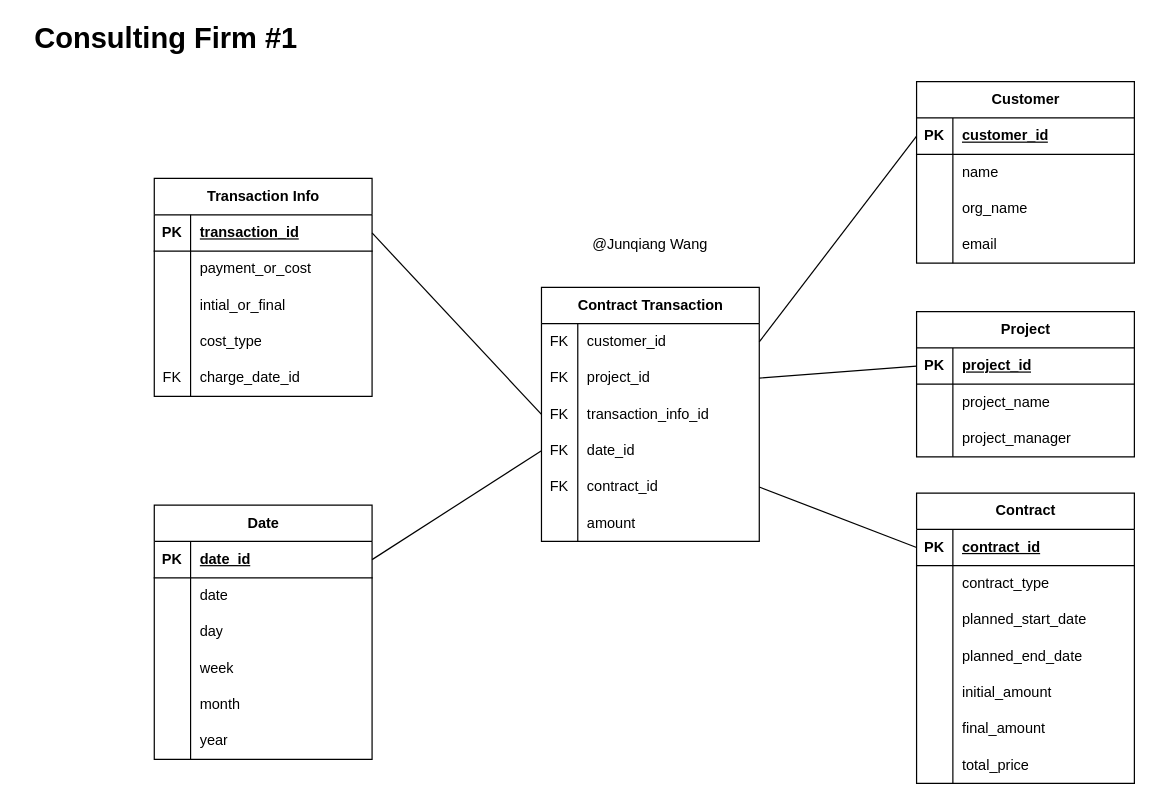
Earlier version of the draw.io diagram page "consulting-1" (1 of 5) of hw4b.drawio (EliWangC/dsci-559-database). Source tidied: cells renumbered, new cells numbered last; positions are measured from the earlier drawing's top-left corner, leaving out a move shared by most shapes. Both pictures are drawn from the tidied source at 121%, with x=0, y=0 at pixel (21, 21).
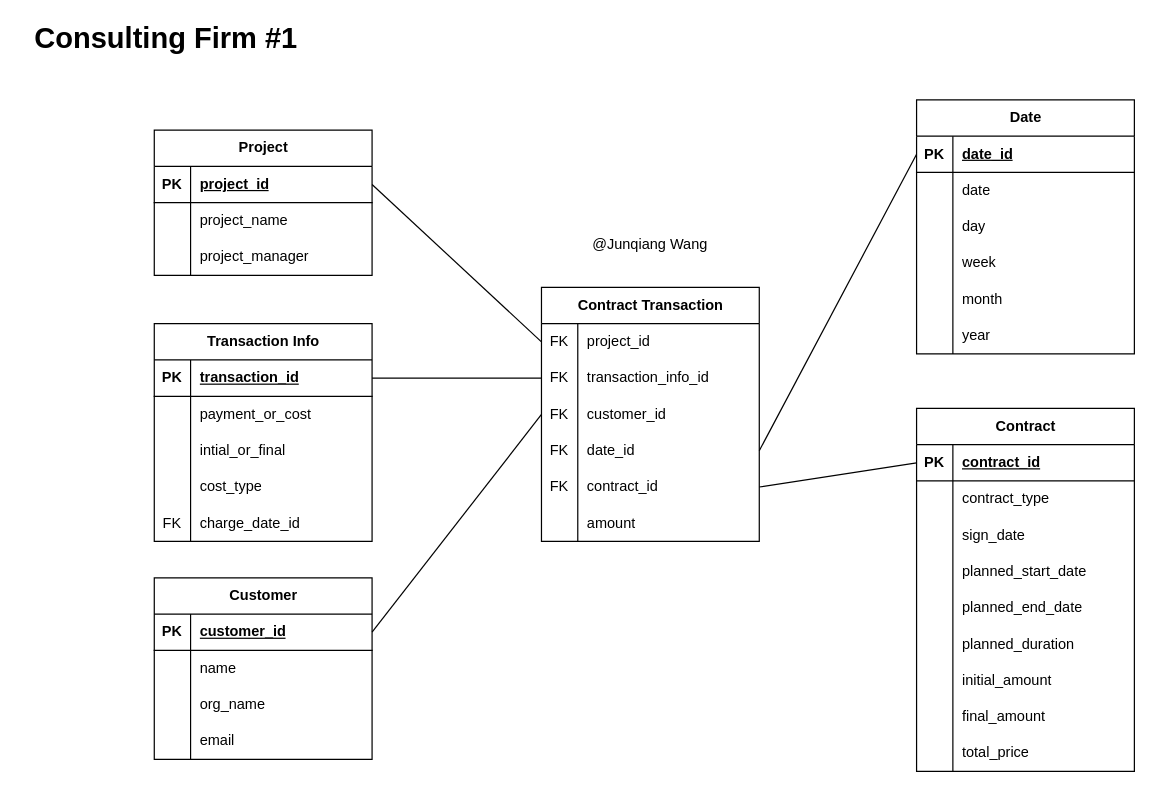
After the change.

The change refers to these unchanged cells:
```xml
<mxCell id="2" value="Contract Transaction" style="shape=table;startSize=30;childLayout=tableLayout;rowLines=0;fontStyle=1;align=center;html=1;" parent="1" vertex="1">
  <mxGeometry x="430" y="220" width="180" height="210" as="geometry" />
</mxCell>
<mxCell id="12" style="shape=tableRow;horizontal=0;startSize=0;swimlaneHead=0;swimlaneBody=0;fillColor=none;points=[[0,0.5],[1,0.5]];portConstraint=eastwest;top=0;left=0;right=0;bottom=0;" parent="2" vertex="1">
  <mxGeometry y="120" width="180" height="30" as="geometry" />
</mxCell>
<mxCell id="22" style="shape=tableRow;horizontal=0;startSize=0;swimlaneHead=0;swimlaneBody=0;fillColor=none;points=[[0,0.5],[1,0.5]];portConstraint=eastwest;top=0;left=0;right=0;bottom=1;" parent="21" vertex="1">
  <mxGeometry y="30" width="180" height="30" as="geometry" />
</mxCell>
<mxCell id="35" style="shape=tableRow;horizontal=0;startSize=0;swimlaneHead=0;swimlaneBody=0;fillColor=none;points=[[0,0.5],[1,0.5]];portConstraint=eastwest;top=0;left=0;right=0;bottom=1;" parent="34" vertex="1">
  <mxGeometry y="30" width="180" height="30" as="geometry" />
</mxCell>
<mxCell id="67" style="shape=tableRow;horizontal=0;startSize=0;swimlaneHead=0;swimlaneBody=0;fillColor=none;points=[[0,0.5],[1,0.5]];portConstraint=eastwest;top=0;left=0;right=0;bottom=1;" parent="66" vertex="1">
  <mxGeometry y="30" width="180" height="30" as="geometry" />
</mxCell>
```

The edit, as a diff of the source:
```diff
@@
-    <mxCell id="3" style="shape=tableRow;horizontal=0;startSize=0;swimlaneHead=0;swimlaneBody=0;fillColor=none;points=[[0,0.5],[1,0.5]];portConstraint=eastwest;top=0;left=0;right=0;bottom=0;" parent="2" vertex="1">
-      <mxGeometry y="30" width="180" height="30" as="geometry" />
-    </mxCell>
-    <mxCell id="4" value="FK" style="shape=partialRectangle;fillColor=none;top=0;left=0;bottom=0;right=0;overflow=hidden;whiteSpace=wrap;html=1;" parent="3" vertex="1">
-      <mxGeometry width="30" height="30" as="geometry" />
-    </mxCell>
-    <mxCell id="5" value="customer_id" style="shape=partialRectangle;fillColor=none;top=0;left=0;bottom=0;right=0;align=left;spacingLeft=6;overflow=hidden;whiteSpace=wrap;html=1;" parent="3" vertex="1">
-      <mxGeometry x="30" width="150" height="30" as="geometry" />
-    </mxCell>
     <mxCell id="6" style="shape=tableRow;horizontal=0;startSize=0;swimlaneHead=0;swimlaneBody=0;fillColor=none;points=[[0,0.5],[1,0.5]];portConstraint=eastwest;top=0;left=0;right=0;bottom=0;" parent="2" vertex="1">
-      <mxGeometry y="60" width="180" height="30" as="geometry" />
+      <mxGeometry y="30" width="180" height="30" as="geometry" />
     </mxCell>
@@
     <mxCell id="9" style="shape=tableRow;horizontal=0;startSize=0;swimlaneHead=0;swimlaneBody=0;fillColor=none;points=[[0,0.5],[1,0.5]];portConstraint=eastwest;top=0;left=0;right=0;bottom=0;" parent="2" vertex="1">
-      <mxGeometry y="90" width="180" height="30" as="geometry" />
+      <mxGeometry y="60" width="180" height="30" as="geometry" />
     </mxCell>
@@
+    <mxCell id="3" style="shape=tableRow;horizontal=0;startSize=0;swimlaneHead=0;swimlaneBody=0;fillColor=none;points=[[0,0.5],[1,0.5]];portConstraint=eastwest;top=0;left=0;right=0;bottom=0;" parent="2" vertex="1">
+      <mxGeometry y="90" width="180" height="30" as="geometry" />
+    </mxCell>
+    <mxCell id="4" value="FK" style="shape=partialRectangle;fillColor=none;top=0;left=0;bottom=0;right=0;overflow=hidden;whiteSpace=wrap;html=1;" parent="3" vertex="1">
+      <mxGeometry width="30" height="30" as="geometry" />
+    </mxCell>
+    <mxCell id="5" value="customer_id" style="shape=partialRectangle;fillColor=none;top=0;left=0;bottom=0;right=0;align=left;spacingLeft=6;overflow=hidden;whiteSpace=wrap;html=1;" parent="3" vertex="1">
+      <mxGeometry x="30" width="150" height="30" as="geometry" />
+    </mxCell>
@@
     <mxCell id="21" value="Customer" style="shape=table;startSize=30;childLayout=tableLayout;rowLines=0;fontStyle=1;align=center;html=1;" parent="1" vertex="1">
-      <mxGeometry x="740" y="50" width="180" height="150" as="geometry" />
+      <mxGeometry x="110" y="460" width="180" height="150" as="geometry" />
     </mxCell>
@@
     <mxCell id="34" value="Project" style="shape=table;startSize=30;childLayout=tableLayout;rowLines=0;fontStyle=1;align=center;html=1;" parent="1" vertex="1">
-      <mxGeometry x="740" y="240" width="180" height="120" as="geometry" />
+      <mxGeometry x="110" y="90" width="180" height="120" as="geometry" />
     </mxCell>
@@
     <mxCell id="44" value="Transaction Info" style="shape=table;startSize=30;childLayout=tableLayout;rowLines=0;fontStyle=1;align=center;html=1;" parent="1" vertex="1">
-      <mxGeometry x="110" y="130" width="180" height="180" as="geometry" />
+      <mxGeometry x="110" y="250" width="180" height="180" as="geometry" />
     </mxCell>
@@
-    <mxCell id="61" style="rounded=0;jettySize=auto;html=1;exitX=0;exitY=0.5;exitDx=0;exitDy=0;entryX=1;entryY=0.5;entryDx=0;entryDy=0;endArrow=none;endFill=0;" parent="1" edge="1" source="22" target="3">
+    <mxCell id="61" style="rounded=0;jettySize=auto;html=1;exitX=1;exitY=0.5;exitDx=0;exitDy=0;entryX=0;entryY=0.5;entryDx=0;entryDy=0;endArrow=none;endFill=0;" parent="1" edge="1" source="22" target="3">
       <mxGeometry relative="1" as="geometry" />
     </mxCell>
@@
-    <mxCell id="63" style="rounded=0;jettySize=auto;html=1;exitX=0;exitY=0.5;exitDx=0;exitDy=0;entryX=1;entryY=0.5;entryDx=0;entryDy=0;endArrow=none;endFill=0;" parent="1" edge="1" source="35" target="6">
+    <mxCell id="63" style="rounded=0;jettySize=auto;html=1;exitX=1;exitY=0.5;exitDx=0;exitDy=0;entryX=0;entryY=0.5;entryDx=0;entryDy=0;endArrow=none;endFill=0;" parent="1" edge="1" source="35" target="6">
       <mxGeometry relative="1" as="geometry" />
     </mxCell>
@@
-    <mxCell id="65" style="rounded=0;jettySize=auto;html=1;exitX=1;exitY=0.5;exitDx=0;exitDy=0;entryX=0;entryY=0.5;entryDx=0;entryDy=0;endArrow=none;endFill=0;" parent="1" edge="1" source="67" target="12">
+    <mxCell id="65" style="rounded=0;jettySize=auto;html=1;exitX=0;exitY=0.5;exitDx=0;exitDy=0;entryX=1;entryY=0.5;entryDx=0;entryDy=0;endArrow=none;endFill=0;" parent="1" edge="1" source="67" target="12">
       <mxGeometry relative="1" as="geometry" />
     </mxCell>
     <mxCell id="66" value="Date" style="shape=table;startSize=30;childLayout=tableLayout;rowLines=0;fontStyle=1;align=center;html=1;" parent="1" vertex="1">
-      <mxGeometry x="110" y="400" width="180" height="210" as="geometry" />
+      <mxGeometry x="740" y="65" width="180" height="210" as="geometry" />
     </mxCell>
@@
     <mxCell id="85" value="Contract" style="shape=table;startSize=30;childLayout=tableLayout;rowLines=0;fontStyle=1;align=center;html=1;" parent="1" vertex="1">
-      <mxGeometry x="740" y="390" width="180" height="240" as="geometry" />
+      <mxGeometry x="740" y="320" width="180" height="300" as="geometry" />
     </mxCell>
@@
+    <mxCell id="108" style="shape=tableRow;horizontal=0;startSize=0;swimlaneHead=0;swimlaneBody=0;fillColor=none;top=0;left=0;right=0;bottom=0;" parent="85" vertex="1">
+      <mxGeometry y="90" width="180" height="30" as="geometry" />
+    </mxCell>
+    <mxCell id="109" style="shape=partialRectangle;fillColor=none;top=0;left=0;bottom=0;right=0;overflow=hidden;whiteSpace=wrap;html=1;" parent="108" vertex="1">
+      <mxGeometry width="30" height="30" as="geometry" />
+    </mxCell>
+    <mxCell id="110" value="sign_date" style="shape=partialRectangle;fillColor=none;top=0;left=0;bottom=0;right=0;align=left;spacingLeft=6;overflow=hidden;whiteSpace=wrap;html=1;" parent="108" vertex="1">
+      <mxGeometry x="30" width="150" height="30" as="geometry" />
+    </mxCell>
     <mxCell id="92" style="shape=tableRow;horizontal=0;startSize=0;swimlaneHead=0;swimlaneBody=0;fillColor=none;top=0;left=0;right=0;bottom=0;" parent="85" vertex="1">
-      <mxGeometry y="90" width="180" height="30" as="geometry" />
+      <mxGeometry y="120" width="180" height="30" as="geometry" />
     </mxCell>
@@
     <mxCell id="95" style="shape=tableRow;horizontal=0;startSize=0;swimlaneHead=0;swimlaneBody=0;fillColor=none;top=0;left=0;right=0;bottom=0;" parent="85" vertex="1">
-      <mxGeometry y="120" width="180" height="30" as="geometry" />
+      <mxGeometry y="150" width="180" height="30" as="geometry" />
     </mxCell>
@@
+    <mxCell id="111" style="shape=tableRow;horizontal=0;startSize=0;swimlaneHead=0;swimlaneBody=0;fillColor=none;top=0;left=0;right=0;bottom=0;" parent="85" vertex="1">
+      <mxGeometry y="180" width="180" height="30" as="geometry" />
+    </mxCell>
+    <mxCell id="112" style="shape=partialRectangle;fillColor=none;top=0;left=0;bottom=0;right=0;overflow=hidden;whiteSpace=wrap;html=1;" parent="111" vertex="1">
+      <mxGeometry width="30" height="30" as="geometry" />
+    </mxCell>
+    <mxCell id="113" value="planned_duration" style="shape=partialRectangle;fillColor=none;top=0;left=0;bottom=0;right=0;align=left;spacingLeft=6;overflow=hidden;whiteSpace=wrap;html=1;" parent="111" vertex="1">
+      <mxGeometry x="30" width="150" height="30" as="geometry" />
+    </mxCell>
     <mxCell id="98" style="shape=tableRow;horizontal=0;startSize=0;swimlaneHead=0;swimlaneBody=0;fillColor=none;top=0;left=0;right=0;bottom=0;" parent="85" vertex="1">
-      <mxGeometry y="150" width="180" height="30" as="geometry" />
+      <mxGeometry y="210" width="180" height="30" as="geometry" />
     </mxCell>
@@
     <mxCell id="101" style="shape=tableRow;horizontal=0;startSize=0;swimlaneHead=0;swimlaneBody=0;fillColor=none;top=0;left=0;right=0;bottom=0;" parent="85" vertex="1">
-      <mxGeometry y="180" width="180" height="30" as="geometry" />
+      <mxGeometry y="240" width="180" height="30" as="geometry" />
     </mxCell>
@@
     <mxCell id="104" style="shape=tableRow;horizontal=0;startSize=0;swimlaneHead=0;swimlaneBody=0;fillColor=none;top=0;left=0;right=0;bottom=0;" parent="85" vertex="1">
-      <mxGeometry y="210" width="180" height="30" as="geometry" />
+      <mxGeometry y="270" width="180" height="30" as="geometry" />
     </mxCell>
```
